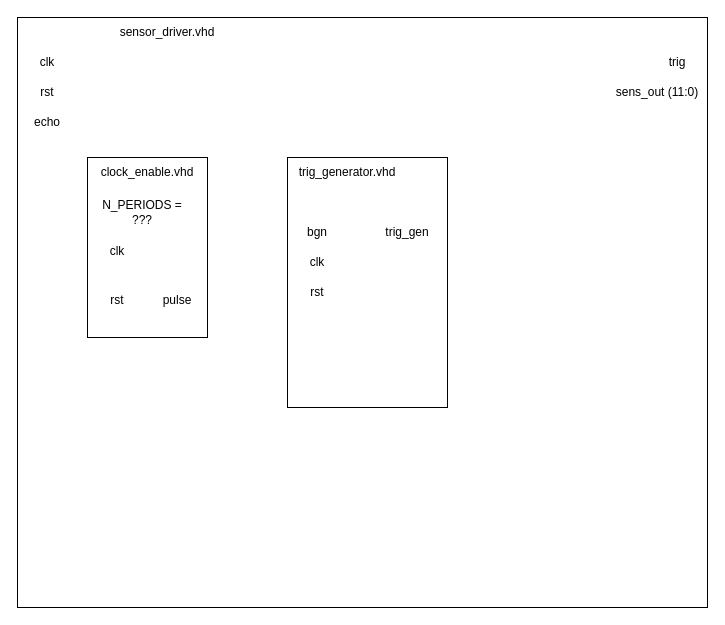
The draw.io diagram Diagrams/sensor_driver.drawio in nemecekvit/Ultrasound-controller, before the edit. Source tidied: cells renumbered, new cells numbered last; positions are measured from the earlier drawing's top-left corner, leaving out a move shared by most shapes. Both pictures are drawn from the tidied source at 100%, with x=0, y=0 at pixel (17, 17).
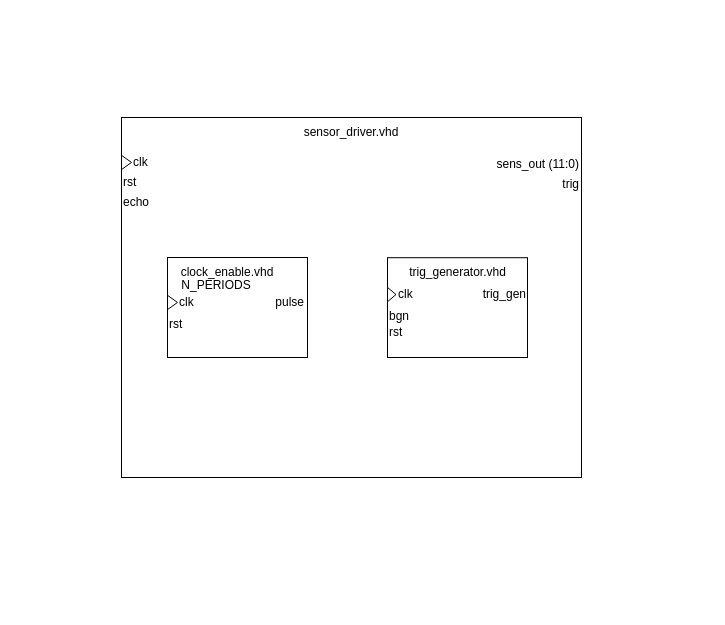
The same page after the edit.

Commit message (it also covers changes not shown here):
Diagrams, top_level, sensor_select

The edit, as a diff of the source:
```diff
@@
-    <mxCell id="2" style="rounded=0;whiteSpace=wrap;html=1;" parent="1" vertex="1">
-      <mxGeometry width="690" height="590" as="geometry" />
-    </mxCell>
+    <mxCell id="23" style="rounded=0;whiteSpace=wrap;html=1;" parent="1" vertex="1">
+      <mxGeometry x="104" y="100" width="460" height="360" as="geometry" />
+    </mxCell>
     <mxCell id="3" value="sensor_driver.vhd" style="text;html=1;align=center;verticalAlign=middle;whiteSpace=wrap;rounded=0;" parent="1" vertex="1">
-      <mxGeometry x="120" width="60" height="30" as="geometry" />
+      <mxGeometry x="304" y="100" width="60" height="30" as="geometry" />
     </mxCell>
-    <mxCell id="4" value="clk" style="text;html=1;align=center;verticalAlign=middle;whiteSpace=wrap;rounded=0;" parent="1" vertex="1">
-      <mxGeometry y="30" width="60" height="30" as="geometry" />
-    </mxCell>
-    <mxCell id="5" value="rst" style="text;html=1;align=center;verticalAlign=middle;whiteSpace=wrap;rounded=0;" parent="1" vertex="1">
-      <mxGeometry y="60" width="60" height="30" as="geometry" />
-    </mxCell>
+    <mxCell id="24" value="clk" style="text;html=1;align=left;verticalAlign=middle;whiteSpace=wrap;rounded=0;" parent="1" vertex="1">
+      <mxGeometry x="114" y="130" width="60" height="30" as="geometry" />
+    </mxCell>
+    <mxCell id="25" value="rst" style="text;html=1;align=left;verticalAlign=middle;whiteSpace=wrap;rounded=0;" parent="1" vertex="1">
+      <mxGeometry x="104" y="150" width="60" height="30" as="geometry" />
+    </mxCell>
+    <mxCell id="15" value="echo" style="text;html=1;align=left;verticalAlign=middle;whiteSpace=wrap;rounded=0;" parent="1" vertex="1">
+      <mxGeometry x="104" y="170" width="60" height="30" as="geometry" />
+    </mxCell>
+    <mxCell id="26" style="triangle;whiteSpace=wrap;html=1;fontFamily=Helvetica;fontSize=11;fontColor=default;labelBackgroundColor=default;" parent="1" vertex="1">
+      <mxGeometry x="104" y="137.8" width="10" height="14.3" as="geometry" />
+    </mxCell>
-    <mxCell id="6" value="trig" style="text;html=1;align=center;verticalAlign=middle;whiteSpace=wrap;rounded=0;" parent="1" vertex="1">
-      <mxGeometry x="630" y="30" width="60" height="30" as="geometry" />
+    <mxCell id="6" value="trig" style="text;html=1;align=right;verticalAlign=middle;whiteSpace=wrap;rounded=0;" parent="1" vertex="1">
+      <mxGeometry x="540" y="152.2" width="24" height="30" as="geometry" />
     </mxCell>
-    <mxCell id="7" value="sens_out (11:0)" style="text;html=1;align=center;verticalAlign=middle;whiteSpace=wrap;rounded=0;" parent="1" vertex="1">
-      <mxGeometry x="590" y="60" width="100" height="30" as="geometry" />
+    <mxCell id="7" value="sens_out (11:0)" style="text;html=1;align=right;verticalAlign=middle;whiteSpace=wrap;rounded=0;" parent="1" vertex="1">
+      <mxGeometry x="474" y="132" width="90" height="30" as="geometry" />
     </mxCell>
-    <mxCell id="8" style="group;" parent="1" vertex="1">
-      <mxGeometry x="70" y="140" width="120" height="180" as="geometry" />
-    </mxCell>
-    <mxCell id="9" style="rounded=0;whiteSpace=wrap;html=1;" parent="8" vertex="1">
-      <mxGeometry width="120" height="180" as="geometry" />
-    </mxCell>
+    <mxCell id="27" style="group;" parent="1" vertex="1">
+      <mxGeometry x="150" y="240" width="140" height="100" as="geometry" />
+    </mxCell>
+    <mxCell id="28" style="rounded=0;whiteSpace=wrap;html=1;" parent="27" vertex="1">
+      <mxGeometry width="140" height="100" as="geometry" />
+    </mxCell>
-    <mxCell id="10" value="clock_enable.vhd" style="text;html=1;align=center;verticalAlign=middle;whiteSpace=wrap;rounded=0;" parent="8" vertex="1">
-      <mxGeometry x="30" y="-9.1" width="60" height="49.1" as="geometry" />
+    <mxCell id="10" value="clock_enable.vhd" style="text;html=1;align=center;verticalAlign=middle;whiteSpace=wrap;rounded=0;" parent="27" vertex="1">
+      <mxGeometry x="30" width="60" height="30" as="geometry" />
     </mxCell>
-    <mxCell id="11" value="clk" style="text;html=1;align=center;verticalAlign=middle;whiteSpace=wrap;rounded=0;" parent="8" vertex="1">
-      <mxGeometry y="69.2" width="60" height="49.1" as="geometry" />
-    </mxCell>
-    <mxCell id="12" value="rst" style="text;html=1;align=center;verticalAlign=middle;whiteSpace=wrap;rounded=0;" parent="8" vertex="1">
-      <mxGeometry y="118.3" width="60" height="49.1" as="geometry" />
-    </mxCell>
+    <mxCell id="29" value="N_PERIODS" style="text;html=1;align=center;verticalAlign=middle;whiteSpace=wrap;rounded=0;" parent="27" vertex="1">
+      <mxGeometry x="19" y="13.2" width="60" height="30" as="geometry" />
+    </mxCell>
+    <mxCell id="30" value="clk" style="text;html=1;align=left;verticalAlign=middle;whiteSpace=wrap;rounded=0;" parent="27" vertex="1">
+      <mxGeometry x="10" y="30" width="60" height="30" as="geometry" />
+    </mxCell>
+    <mxCell id="31" style="triangle;whiteSpace=wrap;html=1;fontFamily=Helvetica;fontSize=11;fontColor=default;labelBackgroundColor=default;" parent="27" vertex="1">
+      <mxGeometry y="37.8" width="10" height="14.3" as="geometry" />
+    </mxCell>
+    <mxCell id="32" value="rst" style="text;html=1;align=left;verticalAlign=middle;whiteSpace=wrap;rounded=0;" parent="27" vertex="1">
+      <mxGeometry y="52.2" width="60" height="30" as="geometry" />
+    </mxCell>
-    <mxCell id="13" value="pulse" style="text;html=1;align=center;verticalAlign=middle;whiteSpace=wrap;rounded=0;" parent="8" vertex="1">
-      <mxGeometry x="60" y="118.3" width="60" height="49.1" as="geometry" />
+    <mxCell id="13" value="pulse" style="text;html=1;align=right;verticalAlign=middle;whiteSpace=wrap;rounded=0;" parent="27" vertex="1">
+      <mxGeometry x="79" y="30" width="60" height="30" as="geometry" />
     </mxCell>
-    <mxCell id="14" value="N_PERIODS = ???" style="text;html=1;align=center;verticalAlign=middle;whiteSpace=wrap;rounded=0;" parent="8" vertex="1">
-      <mxGeometry x="10" y="30" width="90" height="49.1" as="geometry" />
-    </mxCell>
-    <mxCell id="15" value="echo" style="text;html=1;align=center;verticalAlign=middle;whiteSpace=wrap;rounded=0;" parent="1" vertex="1">
-      <mxGeometry y="90" width="60" height="30" as="geometry" />
-    </mxCell>
-    <mxCell id="16" style="group;" parent="1" vertex="1">
-      <mxGeometry x="270" y="140" width="160" height="250" as="geometry" />
-    </mxCell>
-    <mxCell id="17" style="rounded=0;whiteSpace=wrap;html=1;" parent="16" vertex="1">
-      <mxGeometry width="160" height="250" as="geometry" />
-    </mxCell>
+    <mxCell id="33" style="group;" parent="1" vertex="1">
+      <mxGeometry x="370" y="240" width="141" height="100" as="geometry" />
+    </mxCell>
+    <mxCell id="34" style="rounded=0;whiteSpace=wrap;html=1;" parent="33" vertex="1">
+      <mxGeometry y="0.2" width="140" height="99.8" as="geometry" />
+    </mxCell>
-    <mxCell id="18" value="trig_generator.vhd" style="text;html=1;align=center;verticalAlign=middle;whiteSpace=wrap;rounded=0;" parent="16" vertex="1">
-      <mxGeometry x="30" width="60" height="30" as="geometry" />
+    <mxCell id="18" value="trig_generator.vhd" style="text;html=1;align=center;verticalAlign=middle;whiteSpace=wrap;rounded=0;" parent="33" vertex="1">
+      <mxGeometry x="44.5" width="51" height="29.9" as="geometry" />
     </mxCell>
-    <mxCell id="19" value="rst" style="text;html=1;align=center;verticalAlign=middle;whiteSpace=wrap;rounded=0;" parent="16" vertex="1">
-      <mxGeometry y="120" width="60" height="30" as="geometry" />
-    </mxCell>
-    <mxCell id="20" value="clk" style="text;html=1;align=center;verticalAlign=middle;whiteSpace=wrap;rounded=0;" parent="16" vertex="1">
-      <mxGeometry y="90" width="60" height="30" as="geometry" />
-    </mxCell>
+    <mxCell id="35" value="clk" style="text;html=1;align=left;verticalAlign=middle;whiteSpace=wrap;rounded=0;" parent="33" vertex="1">
+      <mxGeometry x="8.5" y="22.1" width="51" height="29.9" as="geometry" />
+    </mxCell>
+    <mxCell id="36" style="triangle;whiteSpace=wrap;html=1;fontFamily=Helvetica;fontSize=11;fontColor=default;labelBackgroundColor=default;" parent="33" vertex="1">
+      <mxGeometry y="29.9" width="8.5" height="14.3" as="geometry" />
+    </mxCell>
-    <mxCell id="21" value="bgn" style="text;html=1;align=center;verticalAlign=middle;whiteSpace=wrap;rounded=0;" parent="16" vertex="1">
-      <mxGeometry y="60" width="60" height="30" as="geometry" />
+    <mxCell id="21" value="bgn" style="text;html=1;align=left;verticalAlign=middle;whiteSpace=wrap;rounded=0;" parent="33" vertex="1">
+      <mxGeometry y="44.3" width="51" height="29.9" as="geometry" />
     </mxCell>
+    <mxCell id="37" value="rst" style="text;html=1;align=left;verticalAlign=middle;whiteSpace=wrap;rounded=0;" parent="33" vertex="1">
+      <mxGeometry y="60.1" width="51" height="29.9" as="geometry" />
+    </mxCell>
-    <mxCell id="22" value="trig_gen" style="text;html=1;align=center;verticalAlign=middle;whiteSpace=wrap;rounded=0;" parent="16" vertex="1">
-      <mxGeometry x="90" y="60" width="60" height="30" as="geometry" />
+    <mxCell id="22" value="trig_gen" style="text;html=1;align=right;verticalAlign=middle;whiteSpace=wrap;rounded=0;" parent="33" vertex="1">
+      <mxGeometry x="90" y="22.1" width="51" height="29.9" as="geometry" />
     </mxCell>
```
